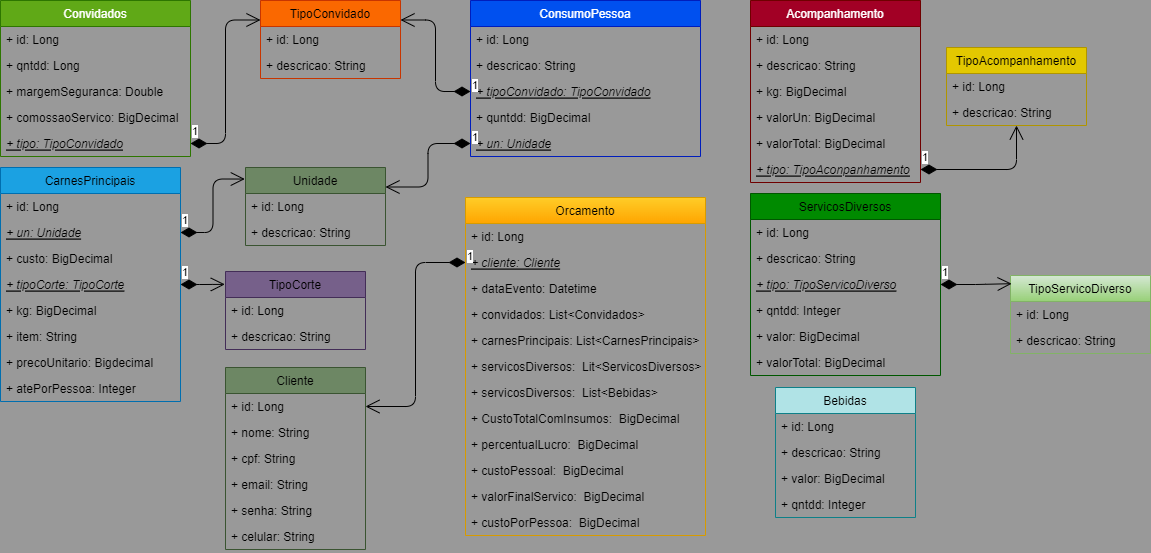
Juniorjcmj/api-churrasco keeps this draw.io diagram as target/classes/uml/teste.drawio.png. Above is the earlier version. Source tidied: cells renumbered, new cells last; positions are measured from the earlier drawing's top-left corner, leaving out a move shared by most shapes.
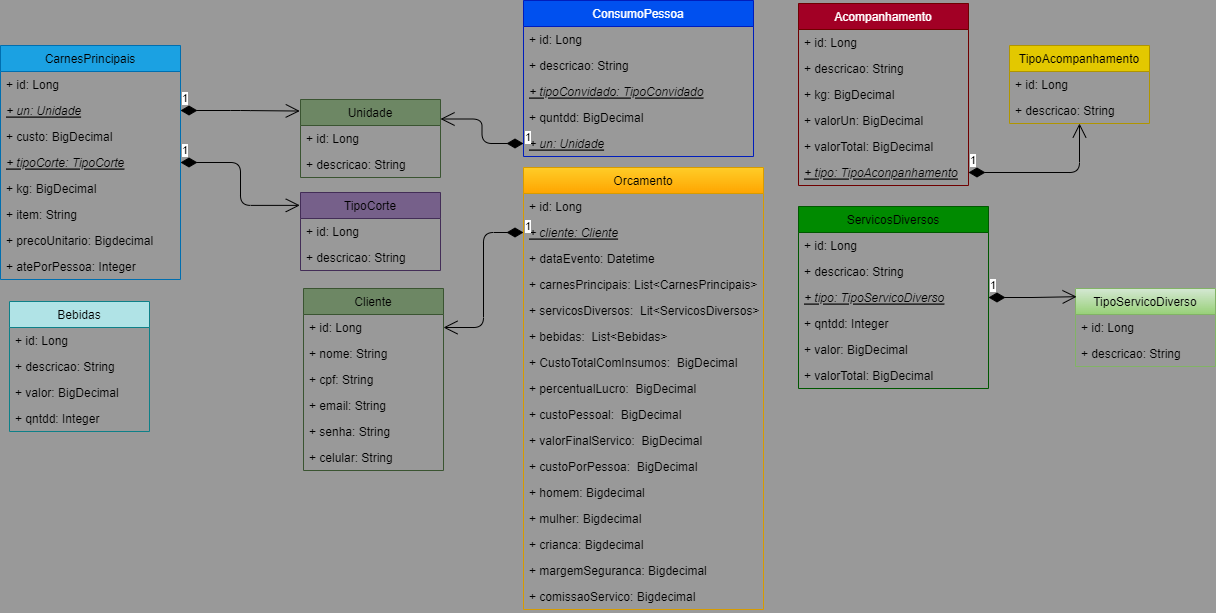
After the change.

Diff of the diagram source:
```diff
@@ -2,26 +2,8 @@
   <root>
     <mxCell id="0" />
     <mxCell id="1" parent="0" />
-    <mxCell id="2" value="Convidados" style="swimlane;fontStyle=0;horizontal=1;startSize=26;fillColor=#60A917;strokeColor=#2D7600;fontColor=#ffffff;shadow=0;" parent="1" vertex="1">
-      <mxGeometry width="190" height="156" as="geometry" />
-    </mxCell>
-    <mxCell id="3" value="+ id: Long" style="text;strokeColor=none;fillColor=none;align=left;verticalAlign=top;spacingLeft=4;spacingRight=4;overflow=hidden;fontColor=#000000;" parent="2" vertex="1">
-      <mxGeometry y="26" width="190" height="26" as="geometry" />
-    </mxCell>
-    <mxCell id="4" value="+ qntdd: Long" style="text;strokeColor=none;fillColor=none;align=left;verticalAlign=top;spacingLeft=4;spacingRight=4;overflow=hidden;fontColor=#000000;" parent="2" vertex="1">
-      <mxGeometry y="52" width="190" height="26" as="geometry" />
-    </mxCell>
-    <mxCell id="5" value="+ margemSeguranca: Double" style="text;strokeColor=none;fillColor=none;align=left;verticalAlign=top;spacingLeft=4;spacingRight=4;overflow=hidden;fontColor=#000000;" parent="2" vertex="1">
-      <mxGeometry y="78" width="190" height="26" as="geometry" />
-    </mxCell>
-    <mxCell id="6" value="+ comossaoServico: BigDecimal" style="text;strokeColor=none;fillColor=none;align=left;verticalAlign=top;spacingLeft=4;spacingRight=4;overflow=hidden;fontColor=#000000;" parent="2" vertex="1">
-      <mxGeometry y="104" width="190" height="26" as="geometry" />
-    </mxCell>
-    <mxCell id="7" value="+ tipo: TipoConvidado" style="text;strokeColor=none;fillColor=none;align=left;verticalAlign=top;spacingLeft=4;spacingRight=4;overflow=hidden;points=[[0,0.5],[1,0.5]];portConstraint=eastwest;fontStyle=6;fontColor=#000000;" parent="2" vertex="1">
-      <mxGeometry y="130" width="190" height="26" as="geometry" />
-    </mxCell>
     <mxCell id="8" value="CarnesPrincipais" style="swimlane;fontStyle=0;horizontal=1;startSize=26;fillColor=#1ba1e2;strokeColor=#006EAF;fontColor=#000000;" parent="1" vertex="1">
-      <mxGeometry y="167" width="180" height="234" as="geometry" />
+      <mxGeometry x="-65" y="-50" width="180" height="234" as="geometry" />
     </mxCell>
     <mxCell id="9" value="+ id: Long" style="text;strokeColor=none;fillColor=none;align=left;verticalAlign=top;spacingLeft=4;spacingRight=4;overflow=hidden;fontColor=#000000;" parent="8" vertex="1">
       <mxGeometry y="26" width="180" height="26" as="geometry" />
@@ -47,20 +29,8 @@
     <mxCell id="16" value="+ atePorPessoa: Integer" style="text;strokeColor=none;fillColor=none;align=left;verticalAlign=top;spacingLeft=4;spacingRight=4;overflow=hidden;fontColor=#000000;" parent="8" vertex="1">
       <mxGeometry y="208" width="180" height="26" as="geometry" />
     </mxCell>
-    <mxCell id="17" value="TipoConvidado" style="swimlane;fontStyle=0;horizontal=1;startSize=26;fillColor=#fa6800;fontColor=#000000;strokeColor=#C73500;" parent="1" vertex="1">
-      <mxGeometry x="260" width="140" height="78" as="geometry" />
-    </mxCell>
-    <mxCell id="18" value="+ id: Long" style="text;strokeColor=none;fillColor=none;align=left;verticalAlign=top;spacingLeft=4;spacingRight=4;overflow=hidden;fontColor=#000000;" parent="17" vertex="1">
-      <mxGeometry y="26" width="140" height="26" as="geometry" />
-    </mxCell>
-    <mxCell id="19" value="+ descricao: String" style="text;strokeColor=none;fillColor=none;align=left;verticalAlign=top;spacingLeft=4;spacingRight=4;overflow=hidden;fontColor=#000000;" parent="17" vertex="1">
-      <mxGeometry y="52" width="140" height="26" as="geometry" />
-    </mxCell>
-    <mxCell id="20" value="1" style="endArrow=open;html=1;endSize=12;startArrow=diamondThin;startSize=14;startFill=1;edgeStyle=orthogonalEdgeStyle;align=left;verticalAlign=bottom;entryX=0;entryY=0.25;entryDx=0;entryDy=0;fontColor=#000000;" parent="1" edge="1" source="7" target="17">
-      <mxGeometry x="-1" y="3" relative="1" as="geometry" />
-    </mxCell>
     <mxCell id="21" value="TipoCorte" style="swimlane;fontStyle=0;horizontal=1;startSize=26;fillColor=#76608a;fontColor=#000000;strokeColor=#432D57;" parent="1" vertex="1">
-      <mxGeometry x="225" y="271" width="140" height="78" as="geometry" />
+      <mxGeometry x="235" y="97" width="140" height="78" as="geometry" />
     </mxCell>
     <mxCell id="22" value="+ id: Long" style="text;strokeColor=none;fillColor=none;align=left;verticalAlign=top;spacingLeft=4;spacingRight=4;overflow=hidden;fontColor=#000000;" parent="21" vertex="1">
       <mxGeometry y="26" width="140" height="26" as="geometry" />
@@ -72,7 +42,7 @@
       <mxGeometry x="-1" y="3" relative="1" as="geometry" />
     </mxCell>
     <mxCell id="25" value="Acompanhamento" style="swimlane;fontStyle=0;horizontal=1;startSize=26;fillColor=#a20025;fontColor=#ffffff;strokeColor=#6F0000;" parent="1" vertex="1">
-      <mxGeometry x="750" width="170" height="182" as="geometry" />
+      <mxGeometry x="733" y="-92" width="170" height="182" as="geometry" />
     </mxCell>
     <mxCell id="26" value="+ id: Long" style="text;strokeColor=none;fillColor=none;align=left;verticalAlign=top;spacingLeft=4;spacingRight=4;overflow=hidden;fontColor=#000000;" parent="25" vertex="1">
       <mxGeometry y="26" width="170" height="26" as="geometry" />
@@ -93,7 +63,7 @@
       <mxGeometry y="156" width="170" height="26" as="geometry" />
     </mxCell>
     <mxCell id="32" value="TipoAcompanhamento" style="swimlane;fontStyle=0;horizontal=1;startSize=26;fillColor=#e3c800;fontColor=#000000;strokeColor=#B09500;" parent="1" vertex="1">
-      <mxGeometry x="946" y="47" width="140" height="78" as="geometry" />
+      <mxGeometry x="944" y="-50" width="140" height="78" as="geometry" />
     </mxCell>
     <mxCell id="33" value="+ id: Long" style="text;strokeColor=none;fillColor=none;align=left;verticalAlign=top;spacingLeft=4;spacingRight=4;overflow=hidden;fontColor=#000000;" parent="32" vertex="1">
       <mxGeometry y="26" width="140" height="26" as="geometry" />
@@ -105,7 +75,7 @@
       <mxGeometry x="-1" y="3" relative="1" as="geometry" />
     </mxCell>
     <mxCell id="36" value="Unidade" style="swimlane;fontStyle=0;horizontal=1;startSize=26;fillColor=#6d8764;fontColor=#000000;strokeColor=#3A5431;" parent="1" vertex="1">
-      <mxGeometry x="245" y="167" width="140" height="78" as="geometry" />
+      <mxGeometry x="235" y="4" width="140" height="78" as="geometry" />
     </mxCell>
     <mxCell id="37" value="+ id: Long" style="text;strokeColor=none;fillColor=none;align=left;verticalAlign=top;spacingLeft=4;spacingRight=4;overflow=hidden;points=[[0,0.5],[1,0.5]];portConstraint=eastwest;fontColor=#000000;" parent="36" vertex="1">
       <mxGeometry y="26" width="140" height="26" as="geometry" />
@@ -120,7 +90,7 @@
       <mxGeometry x="-1" y="3" relative="1" as="geometry" />
     </mxCell>
     <mxCell id="41" value="ServicosDiversos" style="swimlane;fontStyle=0;horizontal=1;startSize=26;fillColor=#008a00;fontColor=#000000;strokeColor=#005700;" parent="1" vertex="1">
-      <mxGeometry x="750" y="193" width="190" height="182" as="geometry" />
+      <mxGeometry x="733" y="111" width="190" height="182" as="geometry" />
     </mxCell>
     <mxCell id="42" value="+ id: Long" style="text;strokeColor=none;fillColor=none;align=left;verticalAlign=top;spacingLeft=4;spacingRight=4;overflow=hidden;fontColor=#000000;" parent="41" vertex="1">
       <mxGeometry y="26" width="190" height="26" as="geometry" />
@@ -141,7 +111,7 @@
       <mxGeometry y="156" width="190" height="26" as="geometry" />
     </mxCell>
     <mxCell id="48" value="ConsumoPessoa" style="swimlane;fontStyle=0;horizontal=1;startSize=26;fillColor=#0050ef;fontColor=#ffffff;strokeColor=#001DBC;" parent="1" vertex="1">
-      <mxGeometry x="470" width="230" height="156" as="geometry" />
+      <mxGeometry x="458" y="-95" width="230" height="156" as="geometry" />
     </mxCell>
     <mxCell id="49" value="+ id: Long" style="text;strokeColor=none;fillColor=none;align=left;verticalAlign=top;spacingLeft=4;spacingRight=4;overflow=hidden;fontColor=#000000;" parent="48" vertex="1">
       <mxGeometry y="26" width="230" height="26" as="geometry" />
@@ -159,7 +129,7 @@
       <mxGeometry y="130" width="230" height="26" as="geometry" />
     </mxCell>
     <mxCell id="54" value="TipoServicoDiverso" style="swimlane;fontStyle=0;horizontal=1;startSize=26;fillColor=#d5e8d4;gradientColor=#97d077;strokeColor=#82b366;fontColor=#000000;" parent="1" vertex="1">
-      <mxGeometry x="1010" y="275" width="140" height="78" as="geometry" />
+      <mxGeometry x="1010" y="193" width="140" height="78" as="geometry" />
     </mxCell>
     <mxCell id="55" value="+ id: Long" style="text;strokeColor=none;fillColor=none;align=left;verticalAlign=top;spacingLeft=4;spacingRight=4;overflow=hidden;fontColor=#000000;" parent="54" vertex="1">
       <mxGeometry y="26" width="140" height="26" as="geometry" />
@@ -170,14 +140,11 @@
     <mxCell id="57" value="1" style="endArrow=open;html=1;endSize=12;startArrow=diamondThin;startSize=14;startFill=1;edgeStyle=orthogonalEdgeStyle;align=left;verticalAlign=bottom;entryX=0.008;entryY=0.105;entryDx=0;entryDy=0;entryPerimeter=0;fontColor=#000000;" parent="1" edge="1" source="44" target="54">
       <mxGeometry x="-1" y="3" relative="1" as="geometry" />
     </mxCell>
-    <mxCell id="58" value="1" style="endArrow=open;html=1;endSize=12;startArrow=diamondThin;startSize=14;startFill=1;edgeStyle=orthogonalEdgeStyle;align=left;verticalAlign=bottom;entryX=1;entryY=0.25;entryDx=0;entryDy=0;fontColor=#000000;" parent="1" edge="1" source="51" target="17">
-      <mxGeometry x="-1" y="3" relative="1" as="geometry" />
-    </mxCell>
     <mxCell id="59" value="1" style="endArrow=open;html=1;endSize=12;startArrow=diamondThin;startSize=14;startFill=1;edgeStyle=orthogonalEdgeStyle;align=left;verticalAlign=bottom;entryX=1;entryY=0.25;entryDx=0;entryDy=0;fontColor=#000000;" parent="1" edge="1" source="53" target="36">
       <mxGeometry x="-1" y="3" relative="1" as="geometry" />
     </mxCell>
     <mxCell id="60" value="Orcamento" style="swimlane;fontStyle=0;horizontal=1;startSize=26;fillColor=#ffcd28;gradientColor=#ffa500;strokeColor=#d79b00;fontColor=#000000;" parent="1" vertex="1">
-      <mxGeometry x="465" y="197" width="240" height="338" as="geometry" />
+      <mxGeometry x="458" y="72" width="240" height="442" as="geometry" />
     </mxCell>
     <mxCell id="61" value="+ id: Long" style="text;align=left;verticalAlign=top;spacingLeft=4;spacingRight=4;overflow=hidden;fontColor=#000000;" parent="60" vertex="1">
       <mxGeometry y="26" width="240" height="26" as="geometry" />
@@ -188,35 +155,47 @@
     <mxCell id="63" value="+ dataEvento: Datetime" style="text;align=left;verticalAlign=top;spacingLeft=4;spacingRight=4;overflow=hidden;fontColor=#000000;" parent="60" vertex="1">
       <mxGeometry y="78" width="240" height="26" as="geometry" />
     </mxCell>
-    <mxCell id="64" value="+ convidados: List&lt;Convidados&gt;" style="text;align=left;verticalAlign=top;spacingLeft=4;spacingRight=4;overflow=hidden;fontColor=#000000;" parent="60" vertex="1">
-      <mxGeometry y="104" width="240" height="26" as="geometry" />
-    </mxCell>
     <mxCell id="65" value="+ carnesPrincipais: List&lt;CarnesPrincipais&gt;&#10;" style="text;align=left;verticalAlign=top;spacingLeft=4;spacingRight=4;overflow=hidden;fontColor=#000000;" parent="60" vertex="1">
-      <mxGeometry y="130" width="240" height="26" as="geometry" />
+      <mxGeometry y="104" width="240" height="26" as="geometry" />
     </mxCell>
     <mxCell id="66" value="+ servicosDiversos:  Lit&lt;ServicosDiversos&gt;" style="text;align=left;verticalAlign=top;spacingLeft=4;spacingRight=4;overflow=hidden;fontColor=#000000;" parent="60" vertex="1">
-      <mxGeometry y="156" width="240" height="26" as="geometry" />
+      <mxGeometry y="130" width="240" height="26" as="geometry" />
     </mxCell>
-    <mxCell id="67" value="+ servicosDiversos:  List&lt;Bebidas&gt;" style="text;align=left;verticalAlign=top;spacingLeft=4;spacingRight=4;overflow=hidden;fontColor=#000000;" parent="60" vertex="1">
-      <mxGeometry y="182" width="240" height="26" as="geometry" />
+    <mxCell id="67" value="+ bebidas:  List&lt;Bebidas&gt;" style="text;align=left;verticalAlign=top;spacingLeft=4;spacingRight=4;overflow=hidden;fontColor=#000000;" parent="60" vertex="1">
+      <mxGeometry y="156" width="240" height="26" as="geometry" />
     </mxCell>
     <mxCell id="68" value="+ CustoTotalComInsumos:  BigDecimal" style="text;align=left;verticalAlign=top;spacingLeft=4;spacingRight=4;overflow=hidden;fontColor=#000000;" parent="60" vertex="1">
-      <mxGeometry y="208" width="240" height="26" as="geometry" />
+      <mxGeometry y="182" width="240" height="26" as="geometry" />
     </mxCell>
     <mxCell id="69" value="+ percentualLucro:  BigDecimal" style="text;align=left;verticalAlign=top;spacingLeft=4;spacingRight=4;overflow=hidden;fontColor=#000000;" parent="60" vertex="1">
-      <mxGeometry y="234" width="240" height="26" as="geometry" />
+      <mxGeometry y="208" width="240" height="26" as="geometry" />
     </mxCell>
     <mxCell id="70" value="+ custoPessoal:  BigDecimal" style="text;align=left;verticalAlign=top;spacingLeft=4;spacingRight=4;overflow=hidden;fontColor=#000000;" parent="60" vertex="1">
-      <mxGeometry y="260" width="240" height="26" as="geometry" />
+      <mxGeometry y="234" width="240" height="26" as="geometry" />
     </mxCell>
     <mxCell id="71" value="+ valorFinalServico:  BigDecimal" style="text;align=left;verticalAlign=top;spacingLeft=4;spacingRight=4;overflow=hidden;fontColor=#000000;" parent="60" vertex="1">
-      <mxGeometry y="286" width="240" height="26" as="geometry" />
+      <mxGeometry y="260" width="240" height="26" as="geometry" />
     </mxCell>
     <mxCell id="72" value="+ custoPorPessoa:  BigDecimal" style="text;align=left;verticalAlign=top;spacingLeft=4;spacingRight=4;overflow=hidden;fontColor=#000000;" parent="60" vertex="1">
-      <mxGeometry y="312" width="240" height="26" as="geometry" />
+      <mxGeometry y="286" width="240" height="26" as="geometry" />
     </mxCell>
+    <mxCell id="86" value="+ homem: Bigdecimal" style="text;align=left;verticalAlign=top;spacingLeft=4;spacingRight=4;overflow=hidden;fontColor=#000000;" parent="60" vertex="1">
+      <mxGeometry y="312" width="240" height="26" as="geometry" />
+    </mxCell>
+    <mxCell id="87" value="+ mulher: Bigdecimal" style="text;align=left;verticalAlign=top;spacingLeft=4;spacingRight=4;overflow=hidden;fontColor=#000000;" parent="60" vertex="1">
+      <mxGeometry y="338" width="240" height="26" as="geometry" />
+    </mxCell>
+    <mxCell id="88" value="+ crianca: Bigdecimal" style="text;align=left;verticalAlign=top;spacingLeft=4;spacingRight=4;overflow=hidden;fontColor=#000000;" parent="60" vertex="1">
+      <mxGeometry y="364" width="240" height="26" as="geometry" />
+    </mxCell>
+    <mxCell id="89" value="+ margemSeguranca: Bigdecimal" style="text;align=left;verticalAlign=top;spacingLeft=4;spacingRight=4;overflow=hidden;fontColor=#000000;" parent="60" vertex="1">
+      <mxGeometry y="390" width="240" height="26" as="geometry" />
+    </mxCell>
+    <mxCell id="90" value="+ comissaoServico: Bigdecimal" style="text;align=left;verticalAlign=top;spacingLeft=4;spacingRight=4;overflow=hidden;fontColor=#000000;" parent="60" vertex="1">
+      <mxGeometry y="416" width="240" height="26" as="geometry" />
+    </mxCell>
     <mxCell id="73" value="Bebidas" style="swimlane;fontStyle=0;horizontal=1;startSize=26;fillColor=#b0e3e6;strokeColor=#0e8088;fontColor=#000000;" parent="1" vertex="1">
-      <mxGeometry x="775" y="387" width="140" height="130" as="geometry" />
+      <mxGeometry x="-56" y="206" width="140" height="130" as="geometry" />
     </mxCell>
     <mxCell id="74" value="+ id: Long" style="text;strokeColor=none;fillColor=none;align=left;verticalAlign=top;spacingLeft=4;spacingRight=4;overflow=hidden;fontColor=#000000;" parent="73" vertex="1">
       <mxGeometry y="26" width="140" height="26" as="geometry" />
@@ -231,7 +210,7 @@
       <mxGeometry y="104" width="140" height="26" as="geometry" />
     </mxCell>
     <mxCell id="78" value="Cliente" style="swimlane;fontStyle=0;horizontal=1;startSize=26;fillColor=#6d8764;fontColor=#000000;strokeColor=#3A5431;" parent="1" vertex="1">
-      <mxGeometry x="225" y="367" width="140" height="182" as="geometry" />
+      <mxGeometry x="238" y="193" width="140" height="182" as="geometry" />
     </mxCell>
     <mxCell id="79" value="+ id: Long" style="text;strokeColor=none;fillColor=none;align=left;verticalAlign=top;spacingLeft=4;spacingRight=4;overflow=hidden;points=[[0,0.5],[1,0.5]];portConstraint=eastwest;fontColor=#000000;" parent="78" vertex="1">
       <mxGeometry y="26" width="140" height="26" as="geometry" />
```
